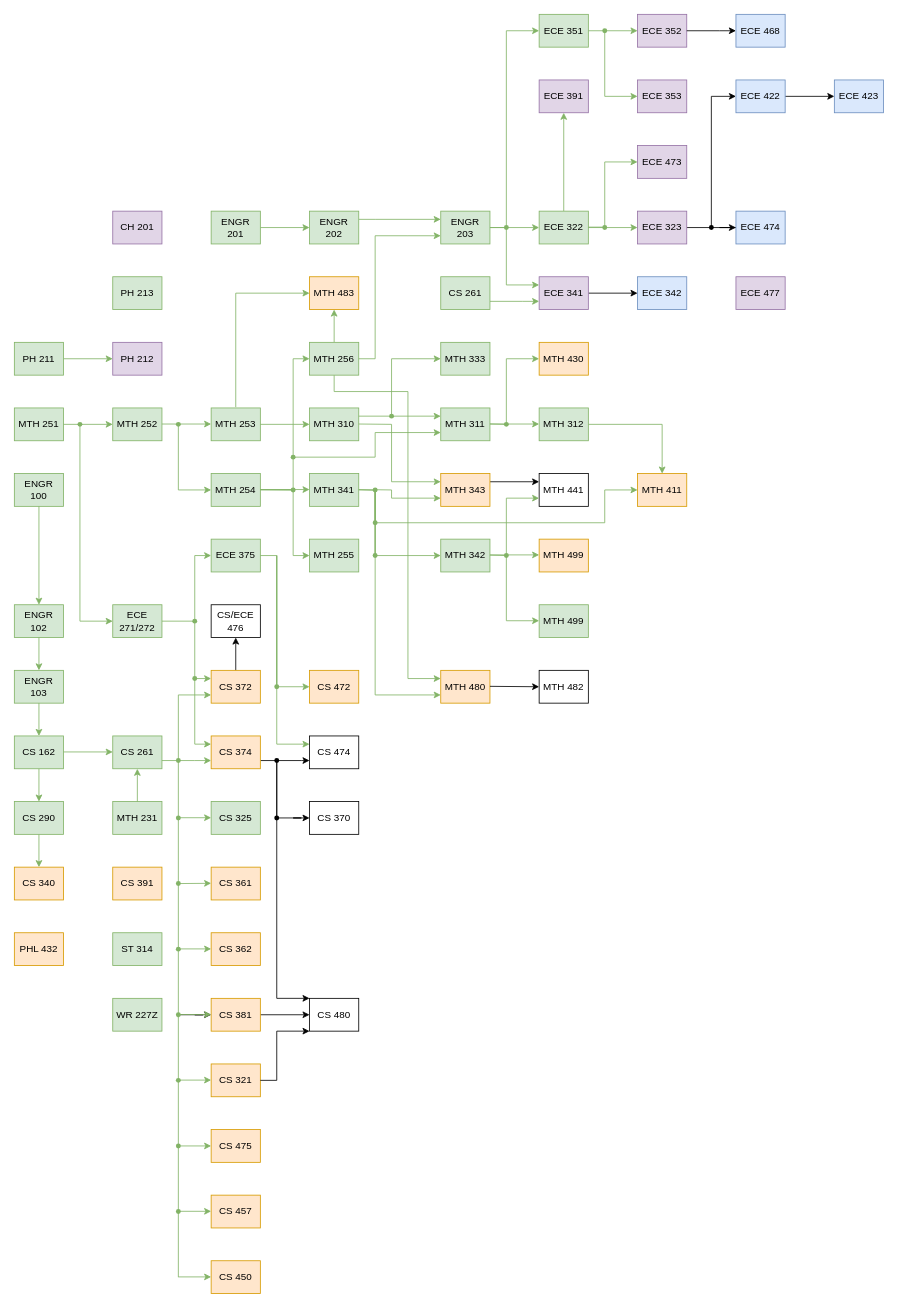
Earlier version of the draw.io diagram Classes.drawio (Jonas-Carew/Class-Flowchart). Source tidied: cells renumbered, new cells numbered last; positions are measured from the earlier drawing's top-left corner, leaving out a move shared by most shapes. Both pictures are drawn from the tidied source at 82%, with x=0, y=0 at pixel (14, 14).
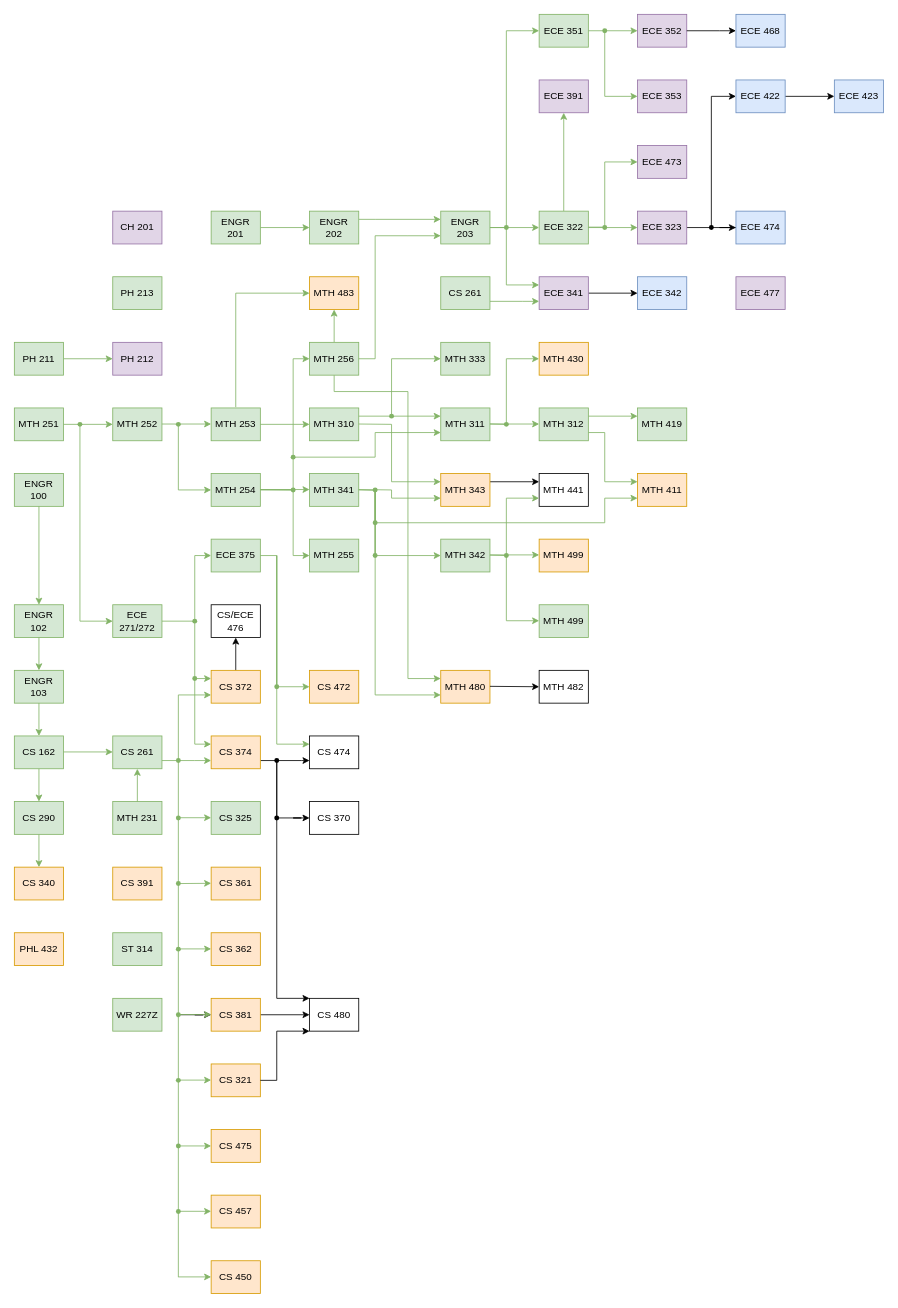
Above is the later version.

The change refers to these unchanged cells:
```xml
<mxCell id="16" value="&lt;div&gt;MTH 312&lt;/div&gt;" style="rounded=0;whiteSpace=wrap;html=1;fillColor=#D5E8D4;strokeColor=#82B366;" parent="1" vertex="1">
  <mxGeometry x="640" y="480" width="60" height="40" as="geometry" />
</mxCell>
<mxCell id="72" value="&lt;div&gt;MTH 411&lt;br&gt;&lt;/div&gt;" style="rounded=0;whiteSpace=wrap;html=1;fillColor=#FFE6CC;strokeColor=#D79B00;" parent="1" vertex="1">
  <mxGeometry x="760" y="560" width="60" height="40" as="geometry" />
</mxCell>
```

The edit, as a diff of the source:
```diff
@@
     <mxCell id="15" style="edgeStyle=orthogonalEdgeStyle;rounded=0;jettySize=auto;html=1;strokeColor=#82B366;" parent="1" edge="1" source="16" target="72">
-      <mxGeometry relative="1" as="geometry" />
+      <mxGeometry relative="1" as="geometry">
+        <Array as="points">
+          <mxPoint x="720" y="510" />
+          <mxPoint x="720" y="570" />
+        </Array>
+      </mxGeometry>
     </mxCell>
+    <mxCell id="177" style="edgeStyle=orthogonalEdgeStyle;rounded=0;jettySize=auto;html=1;exitX=1;exitY=0.25;exitDx=0;exitDy=0;entryX=0;entryY=0.25;entryDx=0;entryDy=0;fillColor=#d5e8d4;strokeColor=#82b366;" parent="1" edge="1" source="16" target="178">
+      <mxGeometry relative="1" as="geometry" />
+    </mxCell>
@@
-    <mxCell id="73" style="endArrow=classic;html=1;rounded=0;exitX=1;exitY=0.5;exitDx=0;exitDy=0;entryX=0;entryY=0.5;entryDx=0;entryDy=0;fillColor=#d5e8d4;strokeColor=#82b366;" parent="1" edge="1" target="72">
+    <mxCell id="73" style="endArrow=classic;html=1;rounded=0;exitX=1;exitY=0.5;exitDx=0;exitDy=0;entryX=0;entryY=0.75;entryDx=0;entryDy=0;fillColor=#d5e8d4;strokeColor=#82b366;" parent="1" edge="1" target="72">
       <mxGeometry relative="1" as="geometry">
         <mxPoint x="420" y="580" as="sourcePoint" />
         <Array as="points">
           <mxPoint x="440" y="580.5" />
           <mxPoint x="440" y="620" />
           <mxPoint x="720" y="620" />
-          <mxPoint x="720" y="580" />
+          <mxPoint x="720" y="590" />
         </Array>
       </mxGeometry>
     </mxCell>
@@
+    <mxCell id="178" value="&lt;div&gt;MTH 419&lt;/div&gt;" style="rounded=0;whiteSpace=wrap;html=1;fillColor=#D5E8D4;strokeColor=#82B366;" parent="1" vertex="1">
+      <mxGeometry x="760" y="480" width="60" height="40" as="geometry" />
+    </mxCell>
```
